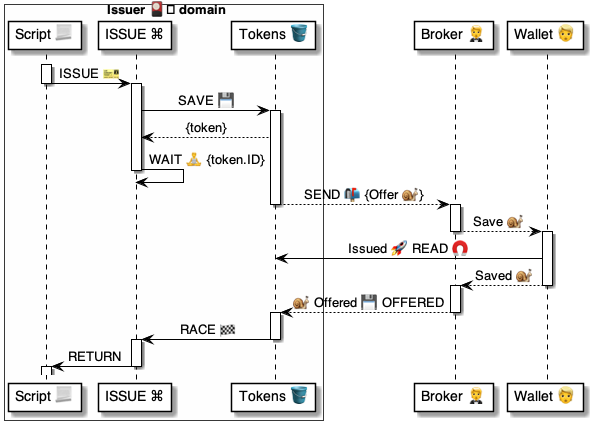
Before: 4 ⚙️ Solution/41 🎭 Domain Roles/Issuers 🎴/🎴⌘ Issuer cmds/ISSUE 🎫/🎫 ISSUE ⚙️ uml.png, a diagram exported from PlantUML (pollyweb-org/pollyweb-docs). Its source is kept beside it as 4 ⚙️ Solution/41 🎭 Domain Roles/Issuers 🎴/🎴⌘ Issuer cmds/ISSUE 🎫/🎫 ISSUE ⚙️ uml.puml.
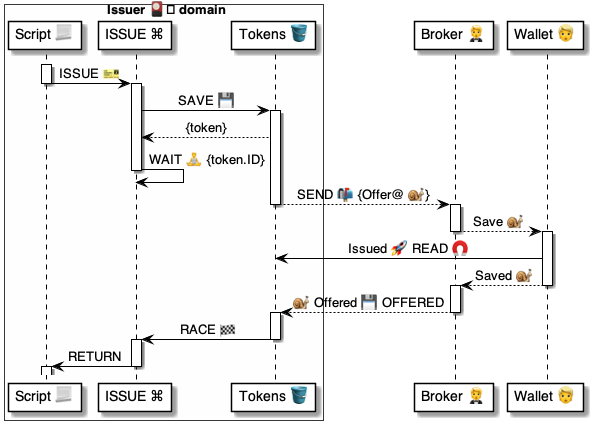
After the commit.

The edit, as a diff of the source:
```diff
@@ -21,7 +21,7 @@
     talker -> talker: WAIT 🧘 {token.ID}
 deactivate talker
 
-    hooks --> broker: SEND 📬 {Offer 🐌}
+    hooks --> broker: SEND 📬 {Offer@ 🐌}
 deactivate hooks
 
 activate broker
```
